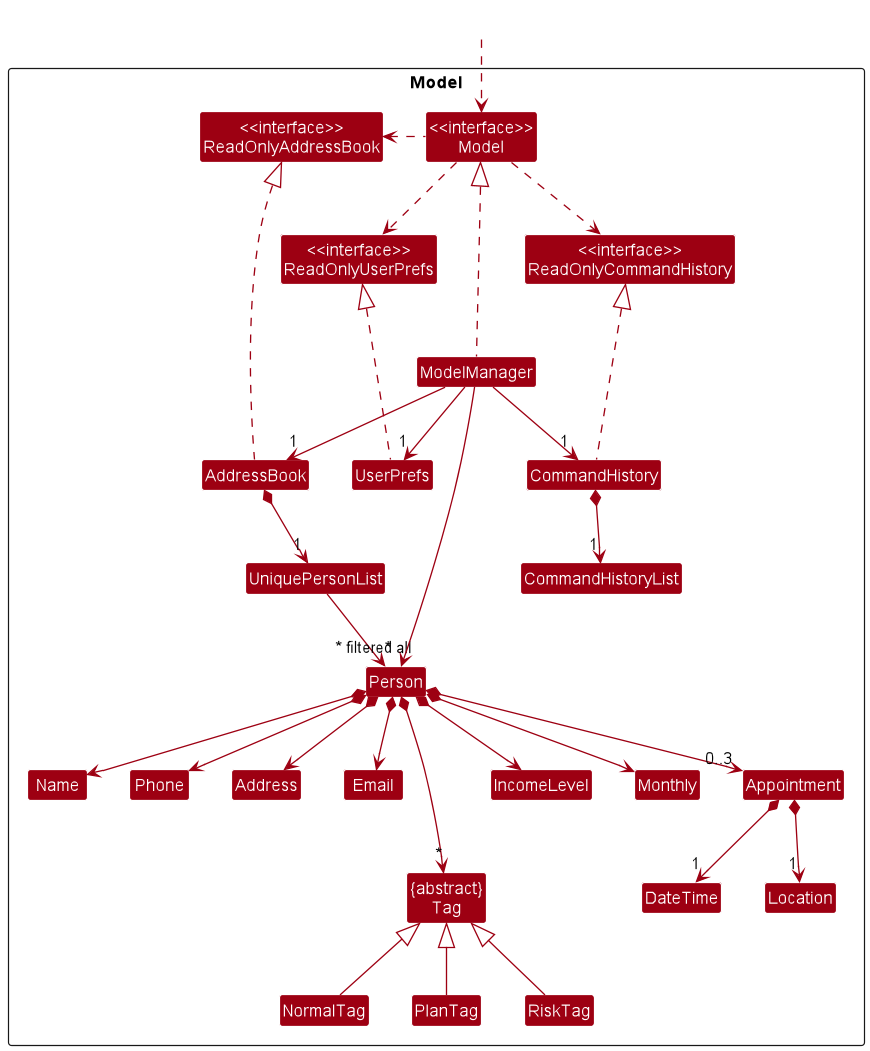
Above: docs/images/ModelClassDiagram.png in nus-cs2103-AY2223S1/tp (PlantUML), before the change. Its source is kept beside it as docs/diagrams/ModelClassDiagram.puml.
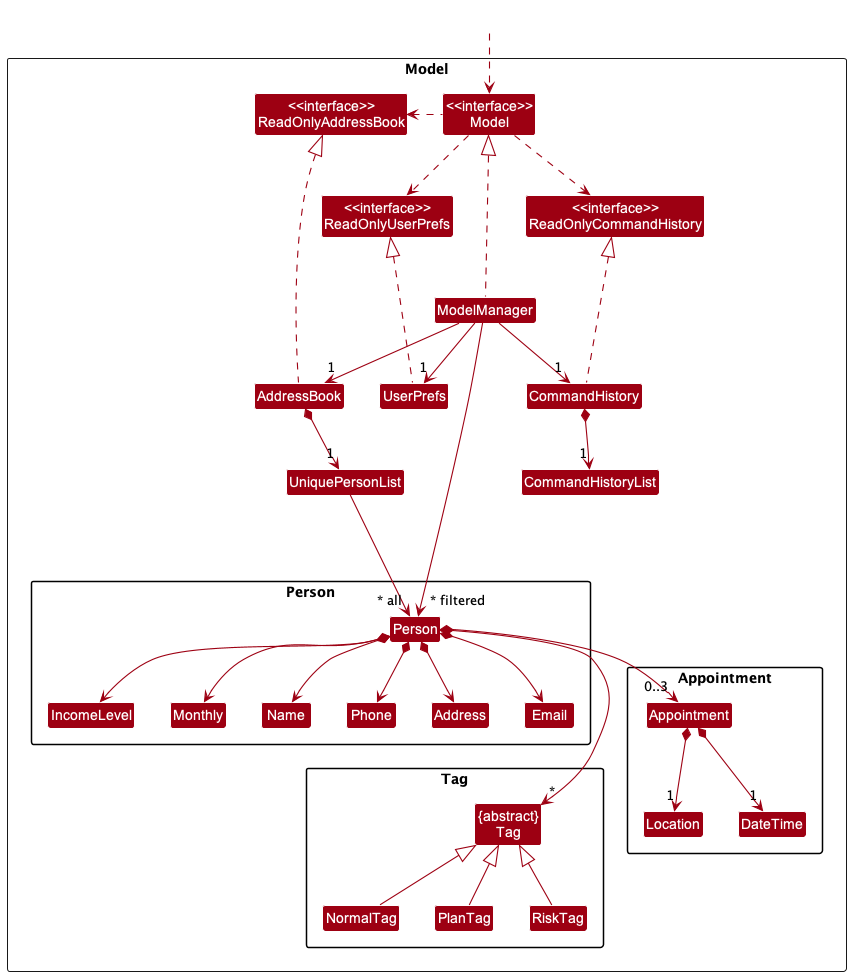
The same file after the commit.

What changed in the source:
```diff
@@ -8,6 +8,31 @@
 Class "<<interface>>\nReadOnlyAddressBook" as ReadOnlyAddressBook
 Class "<<interface>>\nReadOnlyCommandHistory" as ReadOnlyCommandHistory
 Class "<<interface>>\nReadOnlyUserPrefs" as ReadOnlyUserPrefs
+
+Package Person as PersonPackage{
+Class Person
+Class Address
+Class Email
+Class Name
+Class Phone
+Class IncomeLevel
+Class Monthly
+Class HiddenModel2 #FFFFFF
+Class HiddenModel3 #FFFFFF
+}
+
+Package Tag as TagPackage{
+Class "{abstract}\nTag" as Tag
+Class NormalTag
+Class PlanTag
+Class RiskTag
+}
+
+Package Appointment as AppointmentPackage{
+Class Appointment
+Class Location
+Class DateTime
+}
 
 Class "<<interface>>\nModel" as Model
 Class AddressBook
```
